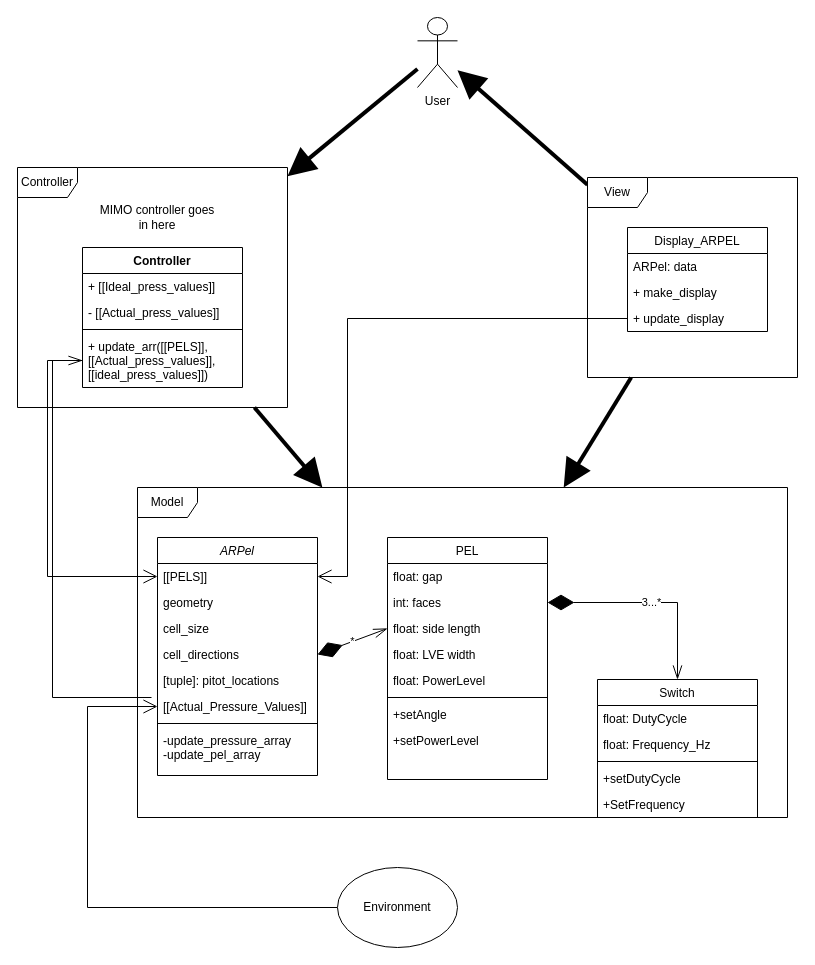
Before: software/docs/MVC UML Class Diagram.drawio in SWGustin/Thesis, a draw.io diagram. Source tidied: cells renumbered, new cells numbered last; positions are measured from the earlier drawing's top-left corner, leaving out a move shared by most shapes. Both pictures are drawn from the tidied source at 100%, with x=0, y=0 at pixel (17, 17).
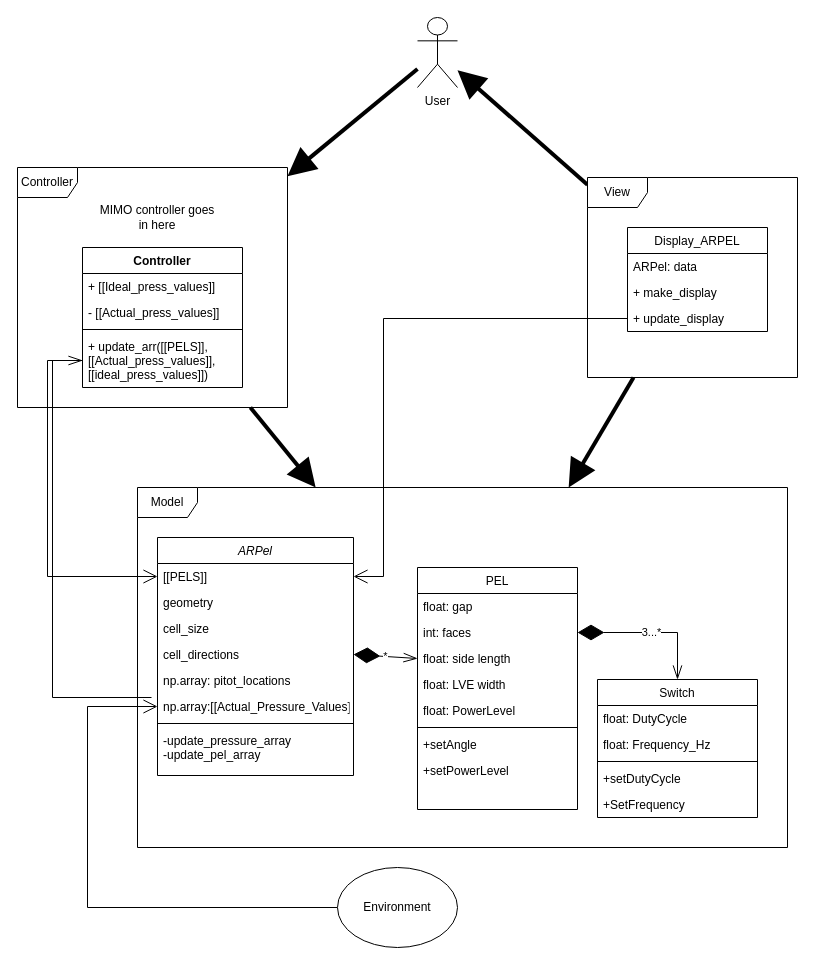
The same diagram, later.

Commit message (it also covers changes not shown here):
arpel includes 3d np array

The change refers to these unchanged cells:
```xml
<mxCell id="39" value="+ update_display&#10;" style="text;strokeColor=none;fillColor=none;align=left;verticalAlign=top;spacingLeft=4;spacingRight=4;overflow=hidden;points=[[0,0.5],[1,0.5]];portConstraint=eastwest;" parent="36" vertex="1">
  <mxGeometry y="78" width="140" height="26" as="geometry" />
</mxCell>
```

Change to the diagram source:
```diff
@@
     <mxCell id="2" value="Model" style="shape=umlFrame;whiteSpace=wrap;html=1;" parent="1" vertex="1">
-      <mxGeometry x="120" y="470" width="650" height="330" as="geometry" />
+      <mxGeometry x="120" y="470" width="650" height="360" as="geometry" />
     </mxCell>
     <mxCell id="3" value="ARPel" style="swimlane;fontStyle=2;align=center;verticalAlign=top;horizontal=1;startSize=26;rounded=0;shadow=0;strokeWidth=1;" parent="1" vertex="1">
-      <mxGeometry x="140" y="520" width="160" height="238" as="geometry" />
+      <mxGeometry x="140" y="520" width="196" height="238" as="geometry" />
     </mxCell>
     <mxCell id="4" value="[[PELS]]" style="text;align=left;verticalAlign=top;spacingLeft=4;spacingRight=4;overflow=hidden;points=[[0,0.5],[1,0.5]];portConstraint=eastwest;rounded=0;shadow=0;html=0;" parent="3" vertex="1">
-      <mxGeometry y="26" width="160" height="26" as="geometry" />
+      <mxGeometry y="26" width="196" height="26" as="geometry" />
     </mxCell>
     <mxCell id="5" value="geometry" style="text;align=left;verticalAlign=top;spacingLeft=4;spacingRight=4;overflow=hidden;" parent="3" vertex="1">
-      <mxGeometry y="52" width="160" height="26" as="geometry" />
+      <mxGeometry y="52" width="196" height="26" as="geometry" />
     </mxCell>
     <mxCell id="6" value="cell_size" style="text;align=left;verticalAlign=top;spacingLeft=4;spacingRight=4;overflow=hidden;rounded=0;shadow=0;html=0;" parent="3" vertex="1">
-      <mxGeometry y="78" width="160" height="26" as="geometry" />
+      <mxGeometry y="78" width="196" height="26" as="geometry" />
     </mxCell>
     <mxCell id="7" value="cell_directions" style="text;align=left;verticalAlign=top;spacingLeft=4;spacingRight=4;overflow=hidden;points=[[0,0.5],[1,0.5]];portConstraint=eastwest;rounded=0;shadow=0;html=0;" parent="3" vertex="1">
-      <mxGeometry y="104" width="160" height="26" as="geometry" />
+      <mxGeometry y="104" width="196" height="26" as="geometry" />
     </mxCell>
-    <mxCell id="8" value="[tuple]: pitot_locations" style="text;align=left;verticalAlign=top;spacingLeft=4;spacingRight=4;overflow=hidden;rounded=0;shadow=0;html=0;" parent="3" vertex="1">
-      <mxGeometry y="130" width="160" height="26" as="geometry" />
+    <mxCell id="8" value="np.array: pitot_locations" style="text;align=left;verticalAlign=top;spacingLeft=4;spacingRight=4;overflow=hidden;rounded=0;shadow=0;html=0;" parent="3" vertex="1">
+      <mxGeometry y="130" width="196" height="26" as="geometry" />
     </mxCell>
-    <mxCell id="9" value="[[Actual_Pressure_Values]]" style="text;align=left;verticalAlign=top;spacingLeft=4;spacingRight=4;overflow=hidden;points=[[0,0.5],[1,0.5]];portConstraint=eastwest;rounded=0;shadow=0;html=0;" parent="3" vertex="1">
-      <mxGeometry y="156" width="160" height="26" as="geometry" />
+    <mxCell id="9" value="np.array:[[Actual_Pressure_Values]]" style="text;align=left;verticalAlign=top;spacingLeft=4;spacingRight=4;overflow=hidden;points=[[0,0.5],[1,0.5]];portConstraint=eastwest;rounded=0;shadow=0;html=0;" parent="3" vertex="1">
+      <mxGeometry y="156" width="196" height="26" as="geometry" />
     </mxCell>
     <mxCell id="10" style="line;html=1;strokeWidth=1;align=left;verticalAlign=middle;spacingTop=-1;spacingLeft=3;spacingRight=3;labelPosition=right;" parent="3" vertex="1">
-      <mxGeometry y="182" width="160" height="8" as="geometry" />
+      <mxGeometry y="182" width="196" height="8" as="geometry" />
     </mxCell>
     <mxCell id="11" value="-update_pressure_array&#10;-update_pel_array" style="text;align=left;verticalAlign=top;spacingLeft=4;spacingRight=4;overflow=hidden;" parent="3" vertex="1">
-      <mxGeometry y="190" width="160" height="48" as="geometry" />
+      <mxGeometry y="190" width="196" height="48" as="geometry" />
     </mxCell>
     <mxCell id="12" value="PEL" style="swimlane;fontStyle=0;align=center;verticalAlign=top;horizontal=1;startSize=26;rounded=0;shadow=0;strokeWidth=1;" parent="1" vertex="1">
-      <mxGeometry x="370" y="520" width="160" height="242" as="geometry" />
+      <mxGeometry x="400" y="550" width="160" height="242" as="geometry" />
     </mxCell>
@@
     <mxCell id="40" style="edgeStyle=orthogonalEdgeStyle;rounded=0;jettySize=auto;html=1;entryX=1;entryY=0.5;entryDx=0;entryDy=0;endArrow=open;endFill=0;endSize=12;strokeWidth=1;" parent="1" edge="1" source="39" target="4">
       <mxGeometry relative="1" as="geometry">
         <Array as="points">
-          <mxPoint x="330" y="301" />
-          <mxPoint x="330" y="559" />
+          <mxPoint x="366" y="301" />
+          <mxPoint x="366" y="559" />
         </Array>
       </mxGeometry>
     </mxCell>
```
